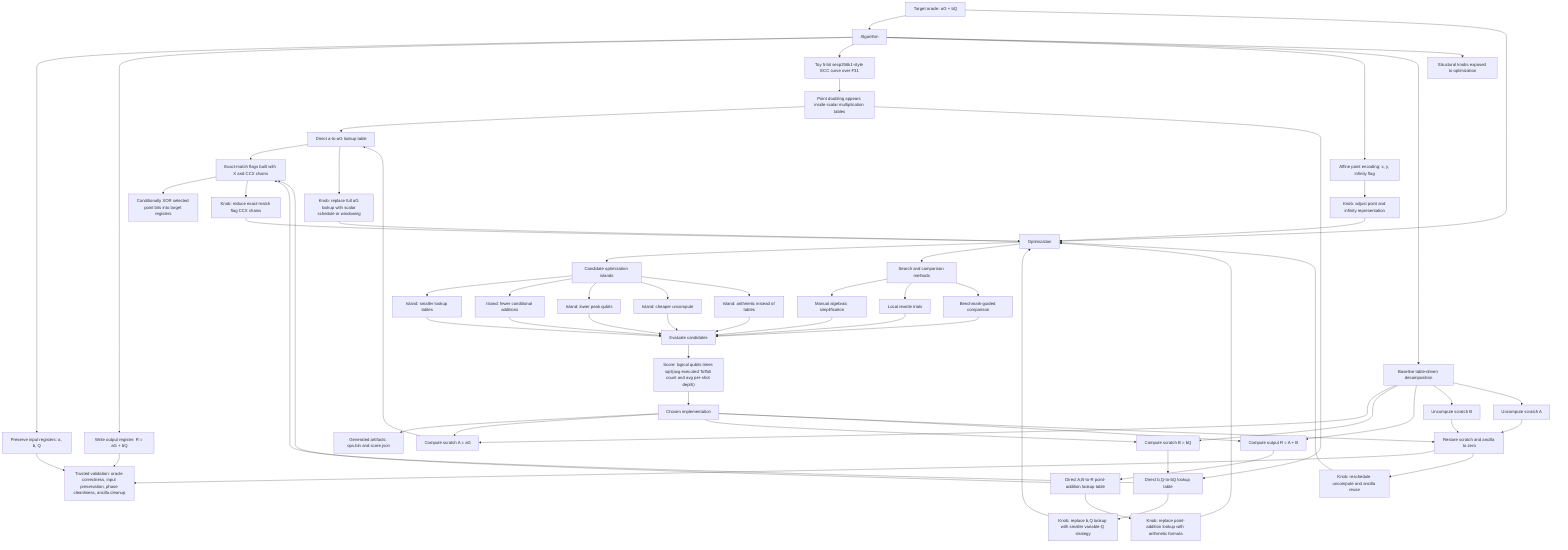
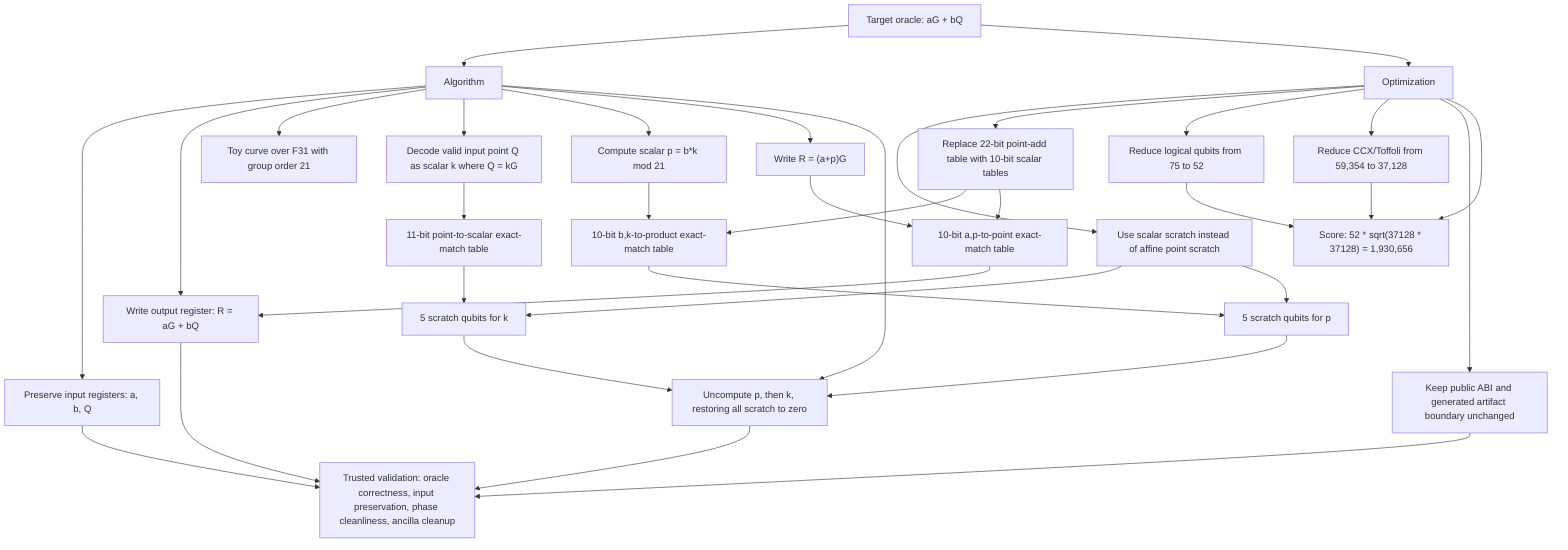
flowchart TD
  Target["Target oracle: aG + bQ"]
  Algorithm["Algorithm"]
  Optimization["Optimization"]

  Target --> Algorithm
  Target --> Optimization

  Algorithm --> ABI["Preserve input registers: a, b, Q"]
  Algorithm --> Output["Write output register: R = aG + bQ"]
-   Algorithm --> Curve["Toy 5-bit secp256k1-style ECC curve over F31"]
-   Algorithm --> Encoding["Affine point encoding: x, y, infinity flag"]
+   Algorithm --> Curve["Toy curve over F31 with group order 21"]
+   Algorithm --> DecodeQ["Decode valid input point Q as scalar k where Q = kG"]
+   Algorithm --> Product["Compute scalar p = b*k mod 21"]
+   Algorithm --> Result["Write R = (a+p)G"]
+   Algorithm --> Uncompute["Uncompute p, then k, restoring all scratch to zero"]

-   Algorithm --> Baseline["Baseline table-driven decomposition"]
-   Baseline --> AG["Compute scratch A = aG"]
-   Baseline --> BQ["Compute scratch B = bQ"]
-   Baseline --> Add["Compute output R = A + B"]
-   Baseline --> UncomputeB["Uncompute scratch B"]
-   Baseline --> UncomputeA["Uncompute scratch A"]
- 
-   AG --> AGTable["Direct a-to-aG lookup table"]
-   BQ --> BQTable["Direct b,Q-to-bQ lookup table"]
-   Add --> AddTable["Direct A,B-to-R point-addition lookup table"]
-   UncomputeB --> Cleanup["Restore scratch and ancilla to zero"]
-   UncomputeA --> Cleanup
- 
-   AGTable --> MatchFlags["Exact-match flags built with X and CCX chains"]
-   BQTable --> MatchFlags
-   AddTable --> MatchFlags
-   MatchFlags --> PointXor["Conditionally XOR selected point bits into target registers"]
- 
-   Curve --> PointDoubling["Point doubling appears inside scalar multiplication tables"]
-   PointDoubling --> AGTable
-   PointDoubling --> BQTable
- 
-   ABI --> Validation["Trusted validation: oracle correctness, input preservation, phase cleanliness, ancilla cleanup"]
-   Cleanup --> Validation
+   DecodeQ --> QTable["11-bit point-to-scalar exact-match table"]
+   Product --> ProductTable["10-bit b,k-to-product exact-match table"]
+   Result --> ResultTable["10-bit a,p-to-point exact-match table"]
+   QTable --> KScratch["5 scratch qubits for k"]
+   ProductTable --> PScratch["5 scratch qubits for p"]
+   ResultTable --> Output
+   KScratch --> Uncompute
+   PScratch --> Uncompute
+   Uncompute --> Validation["Trusted validation: oracle correctness, input preservation, phase cleanliness, ancilla cleanup"]
+   ABI --> Validation
  Output --> Validation

-   Algorithm --> Knobs["Structural knobs exposed to optimization"]
-   AGTable --> K1["Knob: replace full aG lookup with scalar schedule or windowing"]
-   BQTable --> K2["Knob: replace b,Q lookup with smaller variable-Q strategy"]
-   AddTable --> K3["Knob: replace point-addition lookup with arithmetic formula"]
-   MatchFlags --> K4["Knob: reduce exact-match flag CCX chains"]
-   Cleanup --> K5["Knob: reschedule uncompute and ancilla reuse"]
-   Encoding --> K6["Knob: adjust point and infinity representation"]
+   Optimization --> ScalarScratch["Use scalar scratch instead of affine point scratch"]
+   Optimization --> SmallerTables["Replace 22-bit point-add table with 10-bit scalar tables"]
+   Optimization --> FewerQubits["Reduce logical qubits from 75 to 52"]
+   Optimization --> FewerCCX["Reduce CCX/Toffoli from 59,354 to 37,128"]
+   Optimization --> SameABI["Keep public ABI and generated artifact boundary unchanged"]
+   Optimization --> Score["Score: 52 * sqrt(37128 * 37128) = 1,930,656"]

-   K1 --> Optimization
-   K2 --> Optimization
-   K3 --> Optimization
-   K4 --> Optimization
-   K5 --> Optimization
-   K6 --> Optimization
- 
-   Optimization --> Islands["Candidate optimization islands"]
-   Islands --> I1["Island: smaller lookup tables"]
-   Islands --> I2["Island: fewer conditional additions"]
-   Islands --> I3["Island: lower peak qubits"]
-   Islands --> I4["Island: cheaper uncompute"]
-   Islands --> I5["Island: arithmetic instead of tables"]
- 
-   Optimization --> Methods["Search and comparison methods"]
-   Methods --> M1["Manual algebraic simplification"]
-   Methods --> M2["Local rewrite trials"]
-   Methods --> M3["Benchmark-guided comparison"]
- 
-   I1 --> Eval["Evaluate candidates"]
-   I2 --> Eval
-   I3 --> Eval
-   I4 --> Eval
-   I5 --> Eval
-   M1 --> Eval
-   M2 --> Eval
-   M3 --> Eval
- 
-   Eval --> Score["Score: logical qubits times sqrt(avg executed Toffoli count and avg per-shot depth)"]
-   Score --> Choice["Chosen implementation"]
-   Choice --> Artifact["Generated artifacts: ops.bin and score.json"]
-   Choice --> AG
-   Choice --> BQ
-   Choice --> Add
-   Choice --> Cleanup
+   ScalarScratch --> KScratch
+   ScalarScratch --> PScratch
+   SmallerTables --> ProductTable
+   SmallerTables --> ResultTable
+   FewerQubits --> Score
+   FewerCCX --> Score
+   SameABI --> Validation
